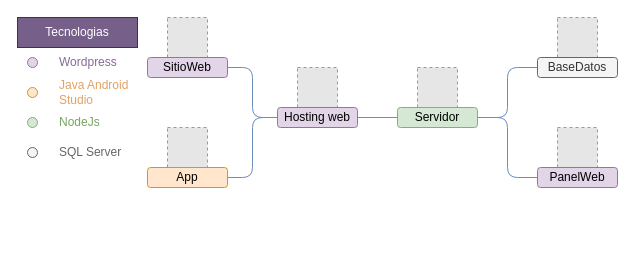
The draw.io diagram page "mainArch" (1 of 3) of doc/softwareArchitecture.drawio in wilfrad/project-fizz-fleet, before the edit. Source tidied: cells renumbered, new cells numbered last; positions are measured from the earlier drawing's top-left corner, leaving out a move shared by most shapes. Both pictures are drawn from the tidied source at 100%, with x=0, y=0 at pixel (17, 17). Pictures stored in the file or linked from it are replaced by grey dashed boxes.
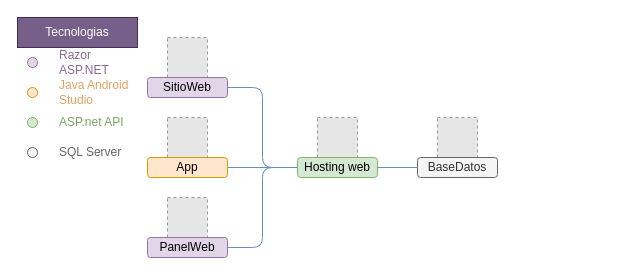
After the change.

The change refers to these unchanged cells:
```xml
<mxCell id="15" value="PanelWeb" style="rounded=1;whiteSpace=wrap;html=1;fillColor=#e1d5e7;strokeColor=#9673a6;" parent="13" vertex="1">
  <mxGeometry y="40" width="80" height="20" as="geometry" />
</mxCell>
<mxCell id="18" value="BaseDatos" style="rounded=1;whiteSpace=wrap;html=1;fillColor=#f5f5f5;strokeColor=#666666;fontColor=#333333;" parent="16" vertex="1">
  <mxGeometry y="40" width="80" height="20" as="geometry" />
</mxCell>
<mxCell id="23" style="group;" parent="22" vertex="1">
  <mxGeometry x="10" y="30" width="110" height="120" as="geometry" />
</mxCell>
```

The edit, as a diff of the source:
```diff
@@
     <mxCell id="2" style="group;" parent="1" vertex="1">
-      <mxGeometry x="260" y="50" width="80" height="60" as="geometry" />
+      <mxGeometry x="280" y="100" width="80" height="60" as="geometry" />
     </mxCell>
@@
-    <mxCell id="4" value="Hosting web" style="rounded=1;whiteSpace=wrap;html=1;fillColor=#e1d5e7;strokeColor=#9673a6;" parent="2" vertex="1">
+    <mxCell id="4" value="Hosting web" style="rounded=1;whiteSpace=wrap;html=1;fillColor=#d5e8d4;strokeColor=#82b366;" parent="2" vertex="1">
       <mxGeometry y="40" width="80" height="20" as="geometry" />
     </mxCell>
@@
     <mxCell id="7" style="group;" parent="1" vertex="1">
-      <mxGeometry x="130" y="110" width="80" height="60" as="geometry" />
+      <mxGeometry x="130" y="100" width="80" height="60" as="geometry" />
     </mxCell>
@@
     <mxCell id="10" style="group;" parent="1" vertex="1">
-      <mxGeometry x="130" width="80" height="60" as="geometry" />
+      <mxGeometry x="130" y="20" width="80" height="60" as="geometry" />
     </mxCell>
@@
     <mxCell id="13" style="group;" parent="1" vertex="1">
-      <mxGeometry x="520" y="110" width="80" height="60" as="geometry" />
+      <mxGeometry x="130" y="180" width="80" height="60" as="geometry" />
     </mxCell>
@@
     <mxCell id="16" style="group;" parent="1" vertex="1">
-      <mxGeometry x="520" width="80" height="60" as="geometry" />
+      <mxGeometry x="400" y="100" width="80" height="60" as="geometry" />
     </mxCell>
@@
-    <mxCell id="19" style="endArrow=none;html=1;rounded=1;fontColor=#7EA6E0;fillColor=#dae8fc;strokeColor=#6c8ebf;edgeStyle=orthogonalEdgeStyle;exitX=0;exitY=0.5;exitDx=0;exitDy=0;entryX=1;entryY=0.5;entryDx=0;entryDy=0;" parent="1" edge="1" source="34" target="4">
-      <mxGeometry relative="1" as="geometry" />
-    </mxCell>
-    <mxCell id="20" style="endArrow=none;html=1;rounded=1;fontColor=#7EA6E0;fillColor=#dae8fc;strokeColor=#6c8ebf;edgeStyle=orthogonalEdgeStyle;exitX=0;exitY=0.5;exitDx=0;exitDy=0;entryX=1;entryY=0.5;entryDx=0;entryDy=0;" parent="1" edge="1" source="18" target="34">
+    <mxCell id="20" style="endArrow=none;html=1;rounded=1;fontColor=#7EA6E0;fillColor=#dae8fc;strokeColor=#6c8ebf;edgeStyle=orthogonalEdgeStyle;exitX=0;exitY=0.5;exitDx=0;exitDy=0;entryX=1;entryY=0.5;entryDx=0;entryDy=0;" parent="1" edge="1" source="18" target="4">
       <mxGeometry relative="1" as="geometry" />
     </mxCell>
-    <mxCell id="21" style="endArrow=none;html=1;rounded=1;fontColor=#7EA6E0;fillColor=#dae8fc;strokeColor=#6c8ebf;edgeStyle=orthogonalEdgeStyle;exitX=0;exitY=0.5;exitDx=0;exitDy=0;entryX=1;entryY=0.5;entryDx=0;entryDy=0;" parent="1" edge="1" source="15" target="34">
+    <mxCell id="21" style="endArrow=none;html=1;rounded=1;fontColor=#7EA6E0;fillColor=#dae8fc;strokeColor=#6c8ebf;edgeStyle=orthogonalEdgeStyle;exitX=1;exitY=0.5;exitDx=0;exitDy=0;entryX=0;entryY=0.5;entryDx=0;entryDy=0;" parent="1" edge="1" source="15" target="4">
       <mxGeometry relative="1" as="geometry" />
     </mxCell>
@@
-    <mxCell id="24" value="Wordpress" style="text;html=1;strokeColor=none;fillColor=none;align=left;verticalAlign=middle;whiteSpace=wrap;rounded=0;fontColor=#886996;" parent="23" vertex="1">
+    <mxCell id="24" value="Razor ASP.NET" style="text;html=1;strokeColor=none;fillColor=none;align=left;verticalAlign=middle;whiteSpace=wrap;rounded=0;fontColor=#886996;" parent="23" vertex="1">
       <mxGeometry x="30" width="80" height="30" as="geometry" />
     </mxCell>
@@
-    <mxCell id="28" value="NodeJs" style="text;html=1;strokeColor=none;fillColor=none;align=left;verticalAlign=middle;whiteSpace=wrap;rounded=0;fontColor=#78A65F;" parent="23" vertex="1">
+    <mxCell id="28" value="ASP.net API" style="text;html=1;strokeColor=none;fillColor=none;align=left;verticalAlign=middle;whiteSpace=wrap;rounded=0;fontColor=#78A65F;" parent="23" vertex="1">
       <mxGeometry x="30" y="60" width="80" height="30" as="geometry" />
     </mxCell>
@@
-    <mxCell id="33" style="fillColor=#E6E6E6;strokeColor=#999999;dashed=1;verticalLabelPosition=bottom;verticalAlign=top;fontColor=#97D077;" parent="1" vertex="1">
-      <mxGeometry x="400" y="50" width="40" height="40" as="geometry" />
-    </mxCell>
-    <mxCell id="34" value="Servidor" style="rounded=1;whiteSpace=wrap;html=1;fillColor=#d5e8d4;strokeColor=#82b366;align=center;" parent="1" vertex="1">
-      <mxGeometry x="380" y="90" width="80" height="20" as="geometry" />
-    </mxCell>
```
